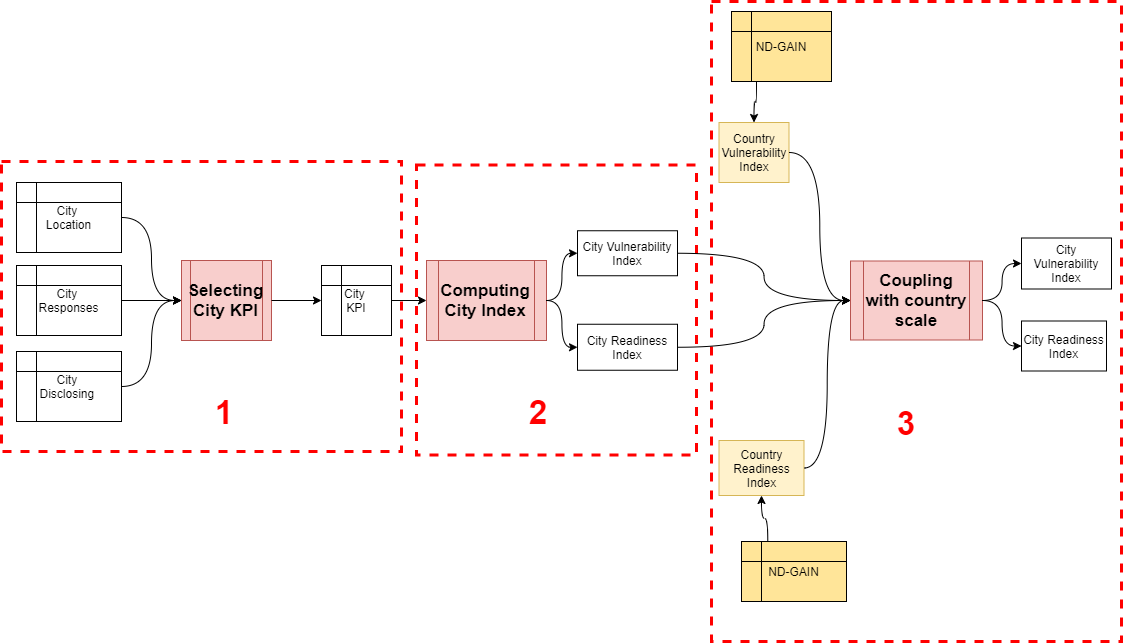
S-AI-F/CDP-Kaggle keeps this draw.io diagram as Method.png. Above is the earlier version. Source tidied: cells renumbered, new cells last; positions are measured from the earlier drawing's top-left corner, leaving out a move shared by most shapes. The source it was exported from:
```xml
<mxGraphModel>
  <root>
    <mxCell id="0" />
    <mxCell id="1" parent="0" />
    <mxCell id="2" style="rounded=0;whiteSpace=wrap;html=1;fillColor=none;strokeColor=#FF0000;dashed=1;strokeWidth=3;" parent="1" vertex="1">
      <mxGeometry x="710" width="410" height="640" as="geometry" />
    </mxCell>
    <mxCell id="3" style="rounded=0;whiteSpace=wrap;html=1;fillColor=none;strokeColor=#FF0000;dashed=1;strokeWidth=3;" parent="1" vertex="1">
      <mxGeometry x="415" y="163.5" width="280" height="290" as="geometry" />
    </mxCell>
    <mxCell id="4" style="rounded=0;whiteSpace=wrap;html=1;fillColor=none;strokeColor=#FF0000;dashed=1;strokeWidth=3;" parent="1" vertex="1">
      <mxGeometry y="160" width="400" height="290" as="geometry" />
    </mxCell>
    <mxCell id="5" value="City &lt;br&gt;Disclosing&amp;nbsp;" style="shape=internalStorage;whiteSpace=wrap;html=1;backgroundOutline=1;" parent="1" vertex="1">
      <mxGeometry x="15" y="350" width="105" height="70" as="geometry" />
    </mxCell>
    <mxCell id="6" value="City &lt;br&gt;Responses" style="shape=internalStorage;whiteSpace=wrap;html=1;backgroundOutline=1;" parent="1" vertex="1">
      <mxGeometry x="15" y="264" width="105" height="70" as="geometry" />
    </mxCell>
    <mxCell id="7" value="City &lt;br&gt;Location" style="shape=internalStorage;whiteSpace=wrap;html=1;backgroundOutline=1;" parent="1" vertex="1">
      <mxGeometry x="15" y="181" width="105" height="70" as="geometry" />
    </mxCell>
    <mxCell id="8" value="&lt;font style=&quot;font-size: 17px&quot;&gt;&lt;b&gt;Selecting City KPI&lt;/b&gt;&lt;/font&gt;" style="shape=process;whiteSpace=wrap;html=1;backgroundOutline=1;fillColor=#f8cecc;strokeColor=#b85450;" parent="1" vertex="1">
      <mxGeometry x="180" y="259" width="90" height="80" as="geometry" />
    </mxCell>
    <mxCell id="9" value="City &lt;br&gt;KPI" style="shape=internalStorage;whiteSpace=wrap;html=1;backgroundOutline=1;" parent="1" vertex="1">
      <mxGeometry x="320" y="264" width="70" height="70" as="geometry" />
    </mxCell>
    <mxCell id="10" value="City Readiness Index" style="rounded=0;whiteSpace=wrap;html=1;" parent="1" vertex="1">
      <mxGeometry x="576" y="322.8" width="100" height="46" as="geometry" />
    </mxCell>
    <mxCell id="11" value="City Vulnerability Index" style="rounded=0;whiteSpace=wrap;html=1;" parent="1" vertex="1">
      <mxGeometry x="576" y="229.2" width="100" height="45" as="geometry" />
    </mxCell>
    <mxCell id="12" value="Country Vulnerability Index" style="rounded=0;whiteSpace=wrap;html=1;fillColor=#fff2cc;strokeColor=#d6b656;" parent="1" vertex="1">
      <mxGeometry x="717.5" y="121" width="70" height="60" as="geometry" />
    </mxCell>
    <mxCell id="13" value="Country Readiness Index" style="rounded=0;whiteSpace=wrap;html=1;fillColor=#fff2cc;strokeColor=#d6b656;" parent="1" vertex="1">
      <mxGeometry x="717.5" y="439" width="85" height="55" as="geometry" />
    </mxCell>
    <mxCell id="14" value="City Vulnerability Index" style="rounded=0;whiteSpace=wrap;html=1;" parent="1" vertex="1">
      <mxGeometry x="1020" y="236.5" width="90" height="51" as="geometry" />
    </mxCell>
    <mxCell id="15" value="City Readiness Index" style="rounded=0;whiteSpace=wrap;html=1;" parent="1" vertex="1">
      <mxGeometry x="1020" y="319.5" width="85" height="50" as="geometry" />
    </mxCell>
    <mxCell id="16" style="endArrow=classic;html=1;edgeStyle=orthogonalEdgeStyle;curved=1;entryX=0;entryY=0.5;entryDx=0;entryDy=0;exitX=1;exitY=0.5;exitDx=0;exitDy=0;" parent="1" edge="1" source="7" target="8">
      <mxGeometry relative="1" as="geometry" />
    </mxCell>
    <mxCell id="17" style="endArrow=classic;html=1;edgeStyle=orthogonalEdgeStyle;curved=1;entryX=0;entryY=0.5;entryDx=0;entryDy=0;exitX=1;exitY=0.5;exitDx=0;exitDy=0;" parent="1" edge="1" source="6" target="8">
      <mxGeometry relative="1" as="geometry" />
    </mxCell>
    <mxCell id="18" style="endArrow=classic;html=1;edgeStyle=orthogonalEdgeStyle;curved=1;entryX=0;entryY=0.5;entryDx=0;entryDy=0;exitX=1;exitY=0.5;exitDx=0;exitDy=0;" parent="1" edge="1" source="5" target="8">
      <mxGeometry relative="1" as="geometry" />
    </mxCell>
    <mxCell id="19" style="endArrow=classic;html=1;edgeStyle=orthogonalEdgeStyle;curved=1;entryX=0;entryY=0.5;entryDx=0;entryDy=0;exitX=1;exitY=0.5;exitDx=0;exitDy=0;" parent="1" edge="1" source="8" target="9">
      <mxGeometry relative="1" as="geometry" />
    </mxCell>
    <mxCell id="20" value="&lt;b&gt;&lt;font style=&quot;font-size: 17px&quot;&gt;Computing City Index&lt;/font&gt;&lt;/b&gt;" style="shape=process;whiteSpace=wrap;html=1;backgroundOutline=1;fillColor=#f8cecc;strokeColor=#b85450;" parent="1" vertex="1">
      <mxGeometry x="425" y="259" width="120" height="80" as="geometry" />
    </mxCell>
    <mxCell id="21" style="endArrow=classic;html=1;edgeStyle=orthogonalEdgeStyle;curved=1;entryX=0;entryY=0.5;entryDx=0;entryDy=0;exitX=1;exitY=0.5;exitDx=0;exitDy=0;" parent="1" edge="1" source="9" target="20">
      <mxGeometry relative="1" as="geometry" />
    </mxCell>
    <mxCell id="22" style="endArrow=classic;html=1;edgeStyle=orthogonalEdgeStyle;curved=1;entryX=0;entryY=0.5;entryDx=0;entryDy=0;exitX=1;exitY=0.5;exitDx=0;exitDy=0;" parent="1" edge="1" source="20" target="11">
      <mxGeometry relative="1" as="geometry" />
    </mxCell>
    <mxCell id="23" style="endArrow=classic;html=1;edgeStyle=orthogonalEdgeStyle;curved=1;entryX=0;entryY=0.5;entryDx=0;entryDy=0;exitX=1;exitY=0.5;exitDx=0;exitDy=0;" parent="1" edge="1" source="20" target="10">
      <mxGeometry relative="1" as="geometry" />
    </mxCell>
    <mxCell id="24" value="ND-GAIN" style="shape=internalStorage;whiteSpace=wrap;html=1;backgroundOutline=1;fillColor=#FFE599;" parent="1" vertex="1">
      <mxGeometry x="730" y="10" width="100" height="70" as="geometry" />
    </mxCell>
    <mxCell id="25" value="ND-GAIN" style="shape=internalStorage;whiteSpace=wrap;html=1;backgroundOutline=1;fillColor=#FFE599;" parent="1" vertex="1">
      <mxGeometry x="740" y="540" width="105" height="60" as="geometry" />
    </mxCell>
    <mxCell id="26" style="endArrow=classic;html=1;edgeStyle=orthogonalEdgeStyle;curved=1;entryX=0;entryY=0.5;entryDx=0;entryDy=0;exitX=1;exitY=0.5;exitDx=0;exitDy=0;" parent="1" edge="1" source="13" target="30">
      <mxGeometry relative="1" as="geometry" />
    </mxCell>
    <mxCell id="27" style="endArrow=classic;html=1;edgeStyle=orthogonalEdgeStyle;curved=1;exitX=1;exitY=0.5;exitDx=0;exitDy=0;entryX=0;entryY=0.5;entryDx=0;entryDy=0;" parent="1" edge="1" source="10" target="30">
      <mxGeometry relative="1" as="geometry" />
    </mxCell>
    <mxCell id="28" style="endArrow=classic;html=1;edgeStyle=orthogonalEdgeStyle;curved=1;exitX=1;exitY=0.5;exitDx=0;exitDy=0;entryX=0;entryY=0.5;entryDx=0;entryDy=0;" parent="1" edge="1" source="12" target="30">
      <mxGeometry relative="1" as="geometry" />
    </mxCell>
    <mxCell id="29" style="endArrow=classic;html=1;edgeStyle=orthogonalEdgeStyle;curved=1;exitX=1;exitY=0.5;exitDx=0;exitDy=0;entryX=0;entryY=0.5;entryDx=0;entryDy=0;" parent="1" edge="1" source="11" target="30">
      <mxGeometry relative="1" as="geometry" />
    </mxCell>
    <mxCell id="30" value="&lt;b&gt;&lt;font style=&quot;font-size: 17px&quot;&gt;Coupling with country scale&lt;/font&gt;&lt;/b&gt;" style="shape=process;whiteSpace=wrap;html=1;backgroundOutline=1;fillColor=#f8cecc;strokeColor=#b85450;" parent="1" vertex="1">
      <mxGeometry x="849" y="259.5" width="132" height="79" as="geometry" />
    </mxCell>
    <mxCell id="31" value="&lt;font size=&quot;1&quot; color=&quot;#ff0000&quot;&gt;&lt;b style=&quot;font-size: 33px&quot;&gt;1&lt;/b&gt;&lt;/font&gt;" style="text;html=1;strokeColor=none;fillColor=none;align=center;verticalAlign=middle;whiteSpace=wrap;rounded=0;" parent="1" vertex="1">
      <mxGeometry x="176" y="382" width="94" height="57" as="geometry" />
    </mxCell>
    <mxCell id="32" value="&lt;font size=&quot;1&quot; color=&quot;#ff0000&quot;&gt;&lt;b style=&quot;font-size: 33px&quot;&gt;2&lt;/b&gt;&lt;/font&gt;" style="text;html=1;strokeColor=none;fillColor=none;align=center;verticalAlign=middle;whiteSpace=wrap;rounded=0;" parent="1" vertex="1">
      <mxGeometry x="490" y="382" width="94" height="57" as="geometry" />
    </mxCell>
    <mxCell id="33" value="&lt;font size=&quot;1&quot; color=&quot;#ff0000&quot;&gt;&lt;b style=&quot;font-size: 33px&quot;&gt;3&lt;/b&gt;&lt;/font&gt;" style="text;html=1;strokeColor=none;fillColor=none;align=center;verticalAlign=middle;whiteSpace=wrap;rounded=0;" parent="1" vertex="1">
      <mxGeometry x="858" y="393" width="94" height="57" as="geometry" />
    </mxCell>
    <mxCell id="34" style="endArrow=classic;html=1;edgeStyle=orthogonalEdgeStyle;curved=1;exitX=1;exitY=0.5;exitDx=0;exitDy=0;entryX=0;entryY=0.5;entryDx=0;entryDy=0;" parent="1" edge="1" source="30" target="14">
      <mxGeometry relative="1" as="geometry" />
    </mxCell>
    <mxCell id="35" style="endArrow=classic;html=1;edgeStyle=orthogonalEdgeStyle;curved=1;entryX=0;entryY=0.5;entryDx=0;entryDy=0;" parent="1" edge="1" source="30" target="15">
      <mxGeometry relative="1" as="geometry" />
    </mxCell>
    <mxCell id="36" style="endArrow=classic;html=1;edgeStyle=orthogonalEdgeStyle;curved=1;exitX=0.25;exitY=1;exitDx=0;exitDy=0;entryX=0.5;entryY=0;entryDx=0;entryDy=0;" parent="1" edge="1" source="24" target="12">
      <mxGeometry relative="1" as="geometry" />
    </mxCell>
    <mxCell id="37" style="endArrow=classic;html=1;edgeStyle=orthogonalEdgeStyle;curved=1;entryX=0.5;entryY=1;entryDx=0;entryDy=0;exitX=0.25;exitY=0;exitDx=0;exitDy=0;" parent="1" edge="1" source="25" target="13">
      <mxGeometry relative="1" as="geometry" />
    </mxCell>
  </root>
</mxGraphModel>
```
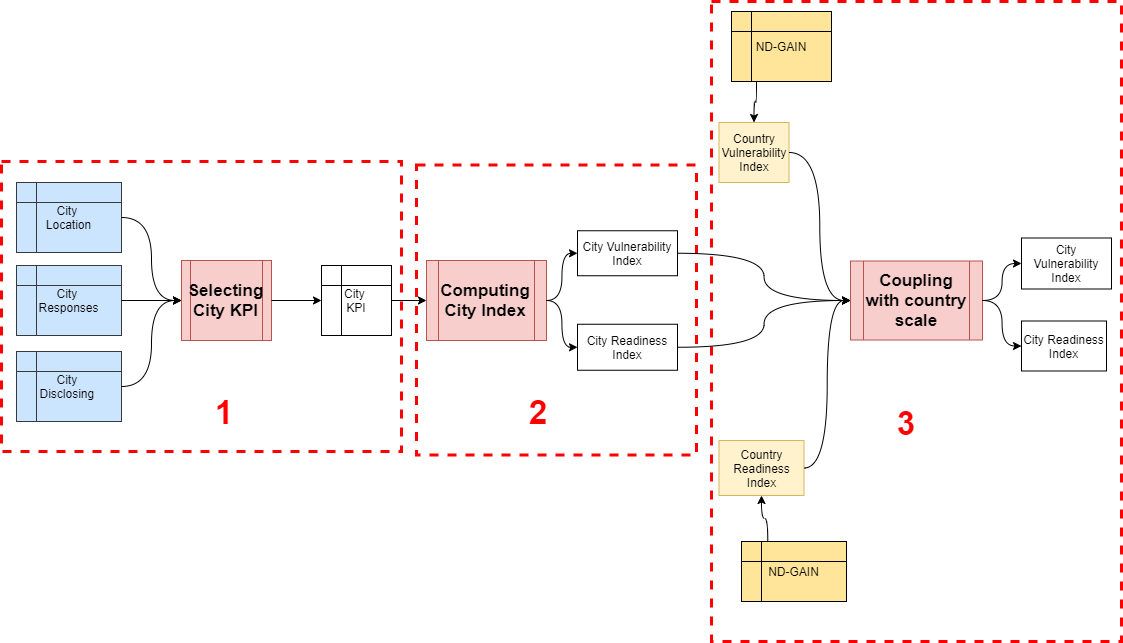
Above is the later version.

Change to the diagram source:
```diff
@@ -11,13 +11,13 @@
     <mxCell id="4" style="rounded=0;whiteSpace=wrap;html=1;fillColor=none;strokeColor=#FF0000;dashed=1;strokeWidth=3;" parent="1" vertex="1">
       <mxGeometry y="160" width="400" height="290" as="geometry" />
     </mxCell>
-    <mxCell id="5" value="City &lt;br&gt;Disclosing&amp;nbsp;" style="shape=internalStorage;whiteSpace=wrap;html=1;backgroundOutline=1;" parent="1" vertex="1">
+    <mxCell id="5" value="City &lt;br&gt;Disclosing&amp;nbsp;" style="shape=internalStorage;whiteSpace=wrap;html=1;backgroundOutline=1;fillColor=#cce5ff;strokeColor=#36393d;" parent="1" vertex="1">
       <mxGeometry x="15" y="350" width="105" height="70" as="geometry" />
     </mxCell>
-    <mxCell id="6" value="City &lt;br&gt;Responses" style="shape=internalStorage;whiteSpace=wrap;html=1;backgroundOutline=1;" parent="1" vertex="1">
+    <mxCell id="6" value="City &lt;br&gt;Responses" style="shape=internalStorage;whiteSpace=wrap;html=1;backgroundOutline=1;fillColor=#cce5ff;strokeColor=#36393d;" parent="1" vertex="1">
       <mxGeometry x="15" y="264" width="105" height="70" as="geometry" />
     </mxCell>
-    <mxCell id="7" value="City &lt;br&gt;Location" style="shape=internalStorage;whiteSpace=wrap;html=1;backgroundOutline=1;" parent="1" vertex="1">
+    <mxCell id="7" value="City &lt;br&gt;Location" style="shape=internalStorage;whiteSpace=wrap;html=1;backgroundOutline=1;fillColor=#cce5ff;strokeColor=#36393d;" parent="1" vertex="1">
       <mxGeometry x="15" y="181" width="105" height="70" as="geometry" />
     </mxCell>
     <mxCell id="8" value="&lt;font style=&quot;font-size: 17px&quot;&gt;&lt;b&gt;Selecting City KPI&lt;/b&gt;&lt;/font&gt;" style="shape=process;whiteSpace=wrap;html=1;backgroundOutline=1;fillColor=#f8cecc;strokeColor=#b85450;" parent="1" vertex="1">
```
